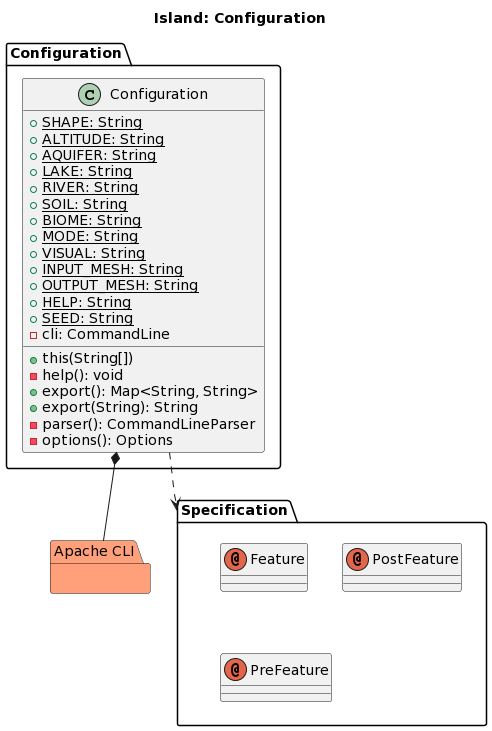
itshady/Island-Generator keeps this PlantUML diagram as umlDiagrams/A3/IndividualPackages/Configuration/island_config.png. Above is the earlier version. Source of this version:
```plantuml
@startuml
title Island: Configuration

package Configuration {

  class Configuration {

    +{static} SHAPE: String
    +{static} ALTITUDE: String
    +{static} AQUIFER: String
    +{static} LAKE: String
    +{static} RIVER: String
    +{static} SOIL: String
    +{static} BIOME: String
    +{static} MODE: String
    +{static} VISUAL: String
    +{static} INPUT_MESH: String
    +{static} OUTPUT_MESH: String
    +{static} HELP: String
    +{static} SEED: String
    -cli: CommandLine

    +this(String[])
    -help(): void
    +export(): Map<String, String>
    +export(String): String
    -parser(): CommandLineParser
    -options(): Options

  }

}

package Specification {

  annotation Feature
  annotation PostFeature
  annotation PreFeature

}

package "Apache CLI" LightSalmon {}

Configuration.Configuration *-- "Apache CLI"
Configuration.Configuration ..> Specification
@enduml
```
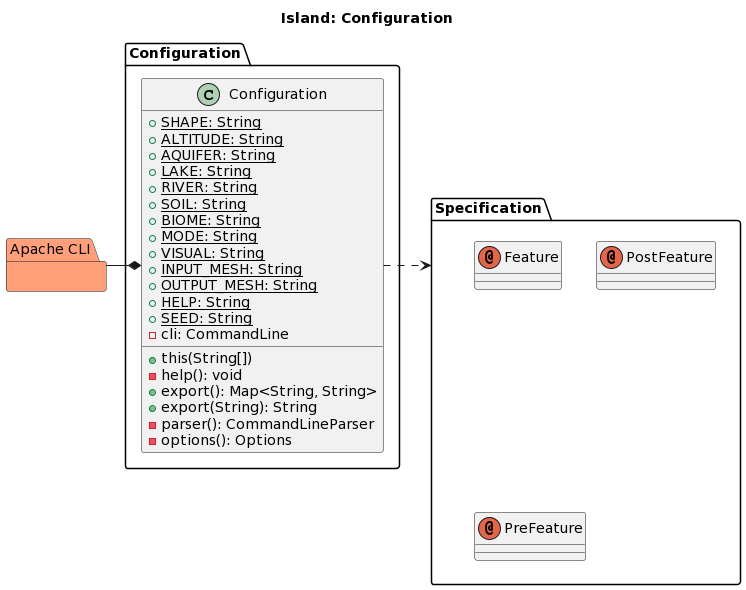
After the change.

Commit message:
Added methods and class variables for UML diagrams config, exporters, and features

What changed in the source:
```diff
@@ -41,6 +41,6 @@
 
 package "Apache CLI" LightSalmon {}
 
-Configuration.Configuration *-- "Apache CLI"
-Configuration.Configuration ..> Specification
+Configuration.Configuration *-left- "Apache CLI"
+Configuration.Configuration .right.> Specification
 @enduml
```
